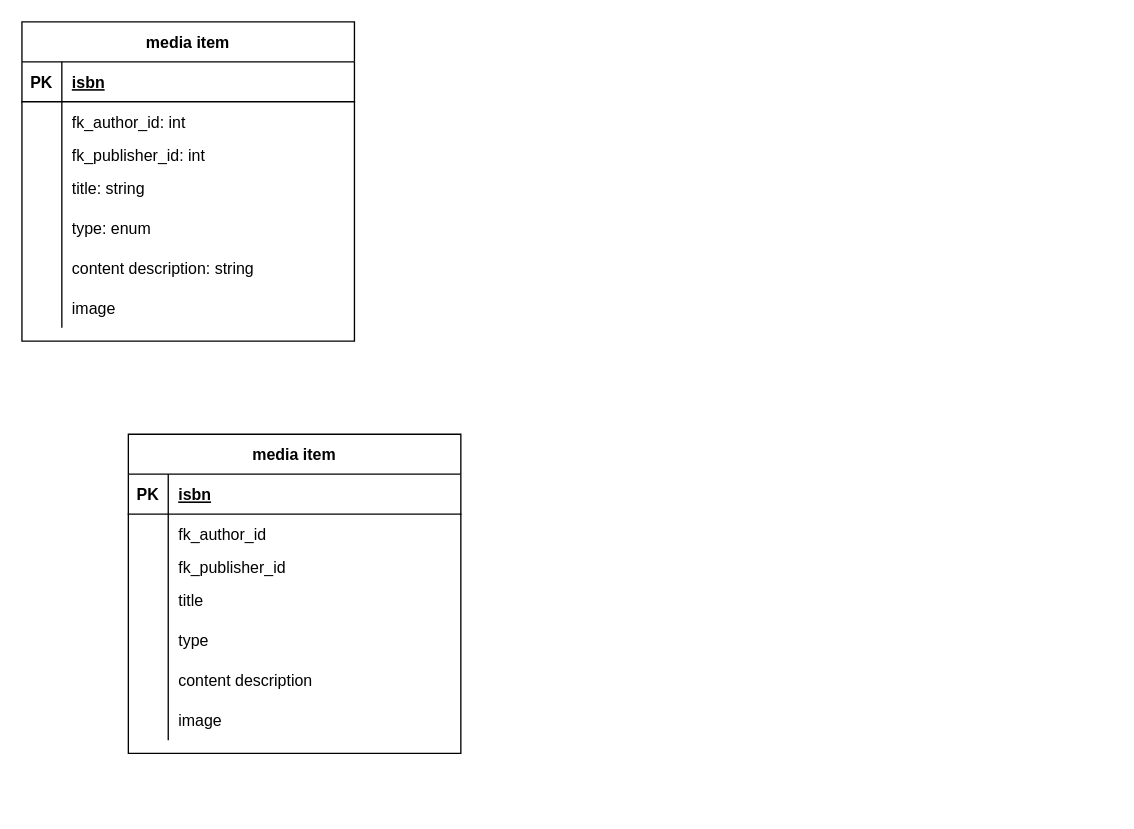
Earlier version of the draw.io diagram UML_ClassDiagram.drawio (Carina20/CFLMS-CodeReview10-Carina). Source tidied: cells renumbered, new cells numbered last; positions are measured from the earlier drawing's top-left corner, leaving out a move shared by most shapes. Both pictures are drawn from the tidied source at 133%, with x=0, y=0 at pixel (21, 21).
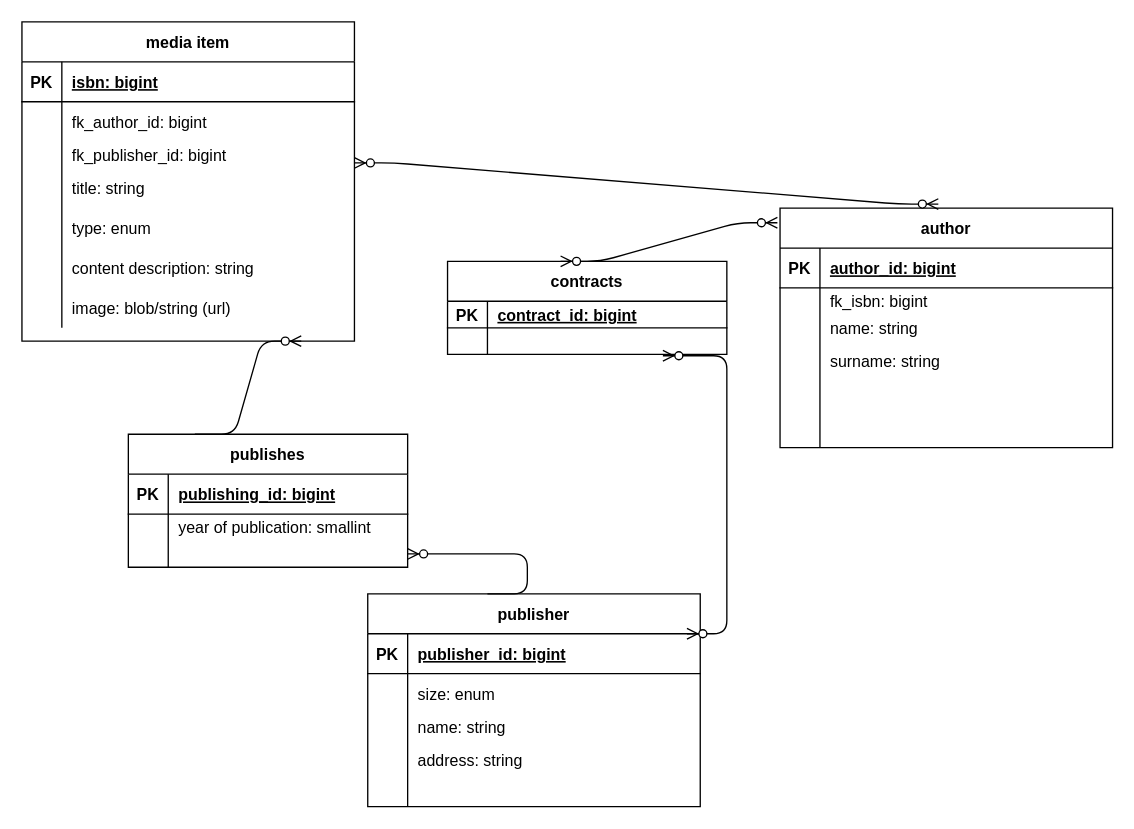
The same page after the edit.

The change refers to these unchanged cells:
```xml
<mxCell id="3" style="shape=partialRectangle;fillColor=none;top=0;left=0;right=0;bottom=1;" parent="2" vertex="1">
  <mxGeometry y="30" width="250" height="30" as="geometry" />
</mxCell>
<mxCell id="6" style="shape=partialRectangle;fillColor=none;top=0;left=0;right=0;bottom=0;" parent="2" vertex="1">
  <mxGeometry y="60" width="250" height="30" as="geometry" />
</mxCell>
<mxCell id="9" style="shape=partialRectangle;fillColor=none;top=0;left=0;right=0;bottom=0;" parent="2" vertex="1">
  <mxGeometry y="90" width="250" height="20" as="geometry" />
</mxCell>
<mxCell id="12" style="shape=partialRectangle;fillColor=none;points=[[0,0.5],[1,0.5]];portConstraint=eastwest;top=0;left=0;right=0;bottom=0;" parent="2" vertex="1">
  <mxGeometry y="110" width="250" height="30" as="geometry" />
</mxCell>
<mxCell id="21" style="shape=partialRectangle;fillColor=none;top=0;left=0;right=0;bottom=0;" parent="2" vertex="1">
  <mxGeometry y="200" width="250" height="30" as="geometry" />
</mxCell>
<mxCell id="25" style="shape=partialRectangle;fillColor=none;top=0;left=0;right=0;bottom=1;" parent="24" vertex="1">
  <mxGeometry y="30" width="250" height="30" as="geometry" />
</mxCell>
<mxCell id="28" style="shape=partialRectangle;fillColor=none;top=0;left=0;right=0;bottom=0;" parent="24" vertex="1">
  <mxGeometry y="60" width="250" height="30" as="geometry" />
</mxCell>
<mxCell id="31" style="shape=partialRectangle;fillColor=none;top=0;left=0;right=0;bottom=0;" parent="24" vertex="1">
  <mxGeometry y="90" width="250" height="20" as="geometry" />
</mxCell>
<mxCell id="34" style="shape=partialRectangle;fillColor=none;top=0;left=0;right=0;bottom=0;" parent="24" vertex="1">
  <mxGeometry y="110" width="250" height="30" as="geometry" />
</mxCell>
```

The edit, as a diff of the source:
```diff
@@
-    <mxCell id="5" value="isbn" style="shape=partialRectangle;overflow=hidden;fillColor=none;top=0;left=0;bottom=0;right=0;align=left;spacingLeft=6;fontStyle=5;" parent="3" vertex="1">
+    <mxCell id="5" value="isbn: bigint" style="shape=partialRectangle;overflow=hidden;fillColor=none;top=0;left=0;bottom=0;right=0;align=left;spacingLeft=6;fontStyle=5;" parent="3" vertex="1">
       <mxGeometry x="30" width="220" height="30" as="geometry" />
     </mxCell>
@@
-    <mxCell id="8" value="fk_author_id: int" style="shape=partialRectangle;overflow=hidden;fillColor=none;top=0;left=0;bottom=0;right=0;align=left;spacingLeft=6;" parent="6" vertex="1">
+    <mxCell id="8" value="fk_author_id: bigint" style="shape=partialRectangle;overflow=hidden;fillColor=none;top=0;left=0;bottom=0;right=0;align=left;spacingLeft=6;" parent="6" vertex="1">
       <mxGeometry x="30" width="220" height="30" as="geometry" />
     </mxCell>
@@
-    <mxCell id="11" value="fk_publisher_id: int" style="shape=partialRectangle;overflow=hidden;fillColor=none;top=0;left=0;bottom=0;right=0;align=left;spacingLeft=6;" parent="9" vertex="1">
+    <mxCell id="11" value="fk_publisher_id: bigint" style="shape=partialRectangle;overflow=hidden;fillColor=none;top=0;left=0;bottom=0;right=0;align=left;spacingLeft=6;" parent="9" vertex="1">
       <mxGeometry x="30" width="220" height="20" as="geometry" />
     </mxCell>
@@
-    <mxCell id="23" value="image" style="shape=partialRectangle;overflow=hidden;fillColor=none;top=0;left=0;bottom=0;right=0;align=left;spacingLeft=6;" parent="21" vertex="1">
+    <mxCell id="23" value="image: blob/string (url)" style="shape=partialRectangle;overflow=hidden;fillColor=none;top=0;left=0;bottom=0;right=0;align=left;spacingLeft=6;" parent="21" vertex="1">
       <mxGeometry x="30" width="220" height="30" as="geometry" />
     </mxCell>
+    <mxCell id="46" value="author" style="shape=table;startSize=30;childLayout=tableLayout;rowLines=0;fontStyle=1;align=center;" parent="1" vertex="1">
+      <mxGeometry x="570" y="140" width="250" height="180" as="geometry" />
+    </mxCell>
+    <mxCell id="47" style="shape=partialRectangle;fillColor=none;top=0;left=0;right=0;bottom=1;" parent="46" vertex="1">
+      <mxGeometry y="30" width="250" height="30" as="geometry" />
+    </mxCell>
+    <mxCell id="48" value="PK" style="shape=partialRectangle;overflow=hidden;fillColor=none;top=0;left=0;bottom=0;right=0;fontStyle=1;" parent="47" vertex="1">
+      <mxGeometry width="30" height="30" as="geometry" />
+    </mxCell>
+    <mxCell id="49" value="author_id: bigint" style="shape=partialRectangle;overflow=hidden;fillColor=none;top=0;left=0;bottom=0;right=0;align=left;spacingLeft=6;fontStyle=5;" parent="47" vertex="1">
+      <mxGeometry x="30" width="220" height="30" as="geometry" />
+    </mxCell>
+    <mxCell id="50" style="shape=partialRectangle;fillColor=none;top=0;left=0;right=0;bottom=0;" parent="46" vertex="1">
+      <mxGeometry y="60" width="250" height="20" as="geometry" />
+    </mxCell>
+    <mxCell id="51" style="shape=partialRectangle;overflow=hidden;fillColor=none;top=0;left=0;bottom=0;right=0;" parent="50" vertex="1">
+      <mxGeometry width="30" height="20" as="geometry" />
+    </mxCell>
+    <mxCell id="52" value="fk_isbn: bigint" style="shape=partialRectangle;overflow=hidden;fillColor=none;top=0;left=0;bottom=0;right=0;align=left;spacingLeft=6;" parent="50" vertex="1">
+      <mxGeometry x="30" width="220" height="20" as="geometry" />
+    </mxCell>
+    <mxCell id="53" style="shape=partialRectangle;fillColor=none;top=0;left=0;right=0;bottom=0;" parent="46" vertex="1">
+      <mxGeometry y="80" width="250" height="20" as="geometry" />
+    </mxCell>
+    <mxCell id="54" style="shape=partialRectangle;overflow=hidden;fillColor=none;top=0;left=0;bottom=0;right=0;" parent="53" vertex="1">
+      <mxGeometry width="30" height="20" as="geometry" />
+    </mxCell>
+    <mxCell id="55" value="name: string" style="shape=partialRectangle;overflow=hidden;fillColor=none;top=0;left=0;bottom=0;right=0;align=left;spacingLeft=6;" parent="53" vertex="1">
+      <mxGeometry x="30" width="220" height="20" as="geometry" />
+    </mxCell>
+    <mxCell id="56" style="shape=partialRectangle;fillColor=none;top=0;left=0;right=0;bottom=0;" parent="46" vertex="1">
+      <mxGeometry y="100" width="250" height="30" as="geometry" />
+    </mxCell>
+    <mxCell id="57" style="shape=partialRectangle;overflow=hidden;fillColor=none;top=0;left=0;bottom=0;right=0;" parent="56" vertex="1">
+      <mxGeometry width="30" height="30" as="geometry" />
+    </mxCell>
+    <mxCell id="58" value="surname: string" style="shape=partialRectangle;overflow=hidden;fillColor=none;top=0;left=0;bottom=0;right=0;align=left;spacingLeft=6;" parent="56" vertex="1">
+      <mxGeometry x="30" width="220" height="30" as="geometry" />
+    </mxCell>
+    <mxCell id="59" style="shape=partialRectangle;fillColor=none;top=0;left=0;right=0;bottom=0;" parent="46" vertex="1">
+      <mxGeometry y="130" width="250" height="30" as="geometry" />
+    </mxCell>
+    <mxCell id="60" style="shape=partialRectangle;overflow=hidden;fillColor=none;top=0;left=0;bottom=0;right=0;" parent="59" vertex="1">
+      <mxGeometry width="30" height="30" as="geometry" />
+    </mxCell>
+    <mxCell id="61" style="shape=partialRectangle;overflow=hidden;fillColor=none;top=0;left=0;bottom=0;right=0;align=left;spacingLeft=6;" parent="59" vertex="1">
+      <mxGeometry x="30" width="220" height="30" as="geometry" />
+    </mxCell>
+    <mxCell id="62" style="shape=partialRectangle;fillColor=none;top=0;left=0;right=0;bottom=0;" parent="46" vertex="1">
+      <mxGeometry y="160" width="250" height="20" as="geometry" />
+    </mxCell>
+    <mxCell id="63" style="shape=partialRectangle;overflow=hidden;fillColor=none;top=0;left=0;bottom=0;right=0;" parent="62" vertex="1">
+      <mxGeometry width="30" height="20" as="geometry" />
+    </mxCell>
+    <mxCell id="64" style="shape=partialRectangle;overflow=hidden;fillColor=none;top=0;left=0;bottom=0;right=0;align=left;spacingLeft=6;" parent="62" vertex="1">
+      <mxGeometry x="30" width="220" height="20" as="geometry" />
+    </mxCell>
+    <mxCell id="65" value="contracts" style="shape=table;startSize=30;childLayout=tableLayout;rowLines=0;fontStyle=1;align=center;" parent="1" vertex="1">
+      <mxGeometry x="320" y="180" width="210" height="70" as="geometry" />
+    </mxCell>
+    <mxCell id="66" style="shape=partialRectangle;fillColor=none;top=0;left=0;right=0;bottom=1;" parent="65" vertex="1">
+      <mxGeometry y="30" width="210" height="20" as="geometry" />
+    </mxCell>
+    <mxCell id="67" value="PK" style="shape=partialRectangle;overflow=hidden;fillColor=none;top=0;left=0;bottom=0;right=0;fontStyle=1;" parent="66" vertex="1">
+      <mxGeometry width="30" height="20" as="geometry" />
+    </mxCell>
+    <mxCell id="68" value="contract_id: bigint" style="shape=partialRectangle;overflow=hidden;fillColor=none;top=0;left=0;bottom=0;right=0;align=left;spacingLeft=6;fontStyle=5;" parent="66" vertex="1">
+      <mxGeometry x="30" width="180" height="20" as="geometry" />
+    </mxCell>
+    <mxCell id="69" style="shape=partialRectangle;fillColor=none;points=[[0,0.5],[1,0.5]];portConstraint=eastwest;top=0;left=0;right=0;bottom=0;" parent="65" vertex="1">
+      <mxGeometry y="50" width="210" height="20" as="geometry" />
+    </mxCell>
+    <mxCell id="70" style="shape=partialRectangle;overflow=hidden;fillColor=none;top=0;left=0;bottom=0;right=0;" parent="69" vertex="1">
+      <mxGeometry width="30" height="20" as="geometry" />
+    </mxCell>
+    <mxCell id="71" style="shape=partialRectangle;overflow=hidden;fillColor=none;top=0;left=0;bottom=0;right=0;align=left;spacingLeft=6;" parent="69" vertex="1">
+      <mxGeometry x="30" width="180" height="20" as="geometry" />
+    </mxCell>
+    <mxCell id="72" style="edgeStyle=entityRelationEdgeStyle;fontSize=12;html=1;endArrow=ERzeroToMany;endFill=1;" parent="1" edge="1">
+      <mxGeometry relative="1" as="geometry">
+        <mxPoint x="130" y="310" as="sourcePoint" />
+        <mxPoint x="210" y="240" as="targetPoint" />
+      </mxGeometry>
+    </mxCell>
-    <mxCell id="24" value="media item" style="shape=table;startSize=30;childLayout=tableLayout;rowLines=0;fontStyle=1;align=center;" parent="1" vertex="1">
-      <mxGeometry x="80" y="310" width="250" height="240" as="geometry" />
+    <mxCell id="24" value="publisher" style="shape=table;startSize=30;childLayout=tableLayout;rowLines=0;fontStyle=1;align=center;" parent="1" vertex="1">
+      <mxGeometry x="260" y="430" width="250" height="160" as="geometry" />
     </mxCell>
@@
-    <mxCell id="27" value="isbn" style="shape=partialRectangle;overflow=hidden;fillColor=none;top=0;left=0;bottom=0;right=0;align=left;spacingLeft=6;fontStyle=5;" parent="25" vertex="1">
+    <mxCell id="27" value="publisher_id: bigint" style="shape=partialRectangle;overflow=hidden;fillColor=none;top=0;left=0;bottom=0;right=0;align=left;spacingLeft=6;fontStyle=5;" parent="25" vertex="1">
       <mxGeometry x="30" width="220" height="30" as="geometry" />
     </mxCell>
@@
-    <mxCell id="30" value="fk_author_id" style="shape=partialRectangle;overflow=hidden;fillColor=none;top=0;left=0;bottom=0;right=0;align=left;spacingLeft=6;" parent="28" vertex="1">
+    <mxCell id="30" value="size: enum" style="shape=partialRectangle;overflow=hidden;fillColor=none;top=0;left=0;bottom=0;right=0;align=left;spacingLeft=6;" parent="28" vertex="1">
       <mxGeometry x="30" width="220" height="30" as="geometry" />
     </mxCell>
@@
-    <mxCell id="33" value="fk_publisher_id" style="shape=partialRectangle;overflow=hidden;fillColor=none;top=0;left=0;bottom=0;right=0;align=left;spacingLeft=6;" parent="31" vertex="1">
+    <mxCell id="33" value="name: string" style="shape=partialRectangle;overflow=hidden;fillColor=none;top=0;left=0;bottom=0;right=0;align=left;spacingLeft=6;" parent="31" vertex="1">
       <mxGeometry x="30" width="220" height="20" as="geometry" />
     </mxCell>
@@
-    <mxCell id="36" value="title" style="shape=partialRectangle;overflow=hidden;fillColor=none;top=0;left=0;bottom=0;right=0;align=left;spacingLeft=6;" parent="34" vertex="1">
+    <mxCell id="36" value="address: string" style="shape=partialRectangle;overflow=hidden;fillColor=none;top=0;left=0;bottom=0;right=0;align=left;spacingLeft=6;" parent="34" vertex="1">
       <mxGeometry x="30" width="220" height="30" as="geometry" />
     </mxCell>
-    <mxCell id="37" style="shape=partialRectangle;fillColor=none;top=0;left=0;right=0;bottom=0;" parent="24" vertex="1">
-      <mxGeometry y="140" width="250" height="30" as="geometry" />
-    </mxCell>
-    <mxCell id="38" style="shape=partialRectangle;overflow=hidden;fillColor=none;top=0;left=0;bottom=0;right=0;" parent="37" vertex="1">
-      <mxGeometry width="30" height="30" as="geometry" />
-    </mxCell>
-    <mxCell id="39" value="type" style="shape=partialRectangle;overflow=hidden;fillColor=none;top=0;left=0;bottom=0;right=0;align=left;spacingLeft=6;" parent="37" vertex="1">
-      <mxGeometry x="30" width="220" height="30" as="geometry" />
-    </mxCell>
     <mxCell id="40" style="shape=partialRectangle;fillColor=none;top=0;left=0;right=0;bottom=0;" parent="24" vertex="1">
-      <mxGeometry y="170" width="250" height="30" as="geometry" />
+      <mxGeometry y="140" width="250" height="20" as="geometry" />
     </mxCell>
     <mxCell id="41" style="shape=partialRectangle;overflow=hidden;fillColor=none;top=0;left=0;bottom=0;right=0;" parent="40" vertex="1">
-      <mxGeometry width="30" height="30" as="geometry" />
+      <mxGeometry width="30" height="20" as="geometry" />
     </mxCell>
-    <mxCell id="42" value="content description" style="shape=partialRectangle;overflow=hidden;fillColor=none;top=0;left=0;bottom=0;right=0;align=left;spacingLeft=6;" parent="40" vertex="1">
-      <mxGeometry x="30" width="220" height="30" as="geometry" />
+    <mxCell id="42" style="shape=partialRectangle;overflow=hidden;fillColor=none;top=0;left=0;bottom=0;right=0;align=left;spacingLeft=6;" parent="40" vertex="1">
+      <mxGeometry x="30" width="220" height="20" as="geometry" />
     </mxCell>
-    <mxCell id="43" style="shape=partialRectangle;fillColor=none;top=0;left=0;right=0;bottom=0;" parent="24" vertex="1">
-      <mxGeometry y="200" width="250" height="30" as="geometry" />
-    </mxCell>
-    <mxCell id="44" style="shape=partialRectangle;overflow=hidden;fillColor=none;top=0;left=0;bottom=0;right=0;" parent="43" vertex="1">
-      <mxGeometry width="30" height="30" as="geometry" />
-    </mxCell>
-    <mxCell id="45" value="image" style="shape=partialRectangle;overflow=hidden;fillColor=none;top=0;left=0;bottom=0;right=0;align=left;spacingLeft=6;" parent="43" vertex="1">
-      <mxGeometry x="30" width="220" height="30" as="geometry" />
-    </mxCell>
+    <mxCell id="73" value="publishes" style="shape=table;startSize=30;childLayout=tableLayout;rowLines=0;fontStyle=1;align=center;" parent="1" vertex="1">
+      <mxGeometry x="80" y="310" width="210" height="100" as="geometry" />
+    </mxCell>
+    <mxCell id="74" style="shape=partialRectangle;fillColor=none;top=0;left=0;right=0;bottom=1;" parent="73" vertex="1">
+      <mxGeometry y="30" width="210" height="30" as="geometry" />
+    </mxCell>
+    <mxCell id="75" value="PK" style="shape=partialRectangle;overflow=hidden;fillColor=none;top=0;left=0;bottom=0;right=0;fontStyle=1;" parent="74" vertex="1">
+      <mxGeometry width="30" height="30" as="geometry" />
+    </mxCell>
+    <mxCell id="76" value="publishing_id: bigint" style="shape=partialRectangle;overflow=hidden;fillColor=none;top=0;left=0;bottom=0;right=0;align=left;spacingLeft=6;fontStyle=5;" parent="74" vertex="1">
+      <mxGeometry x="30" width="180" height="30" as="geometry" />
+    </mxCell>
+    <mxCell id="77" style="shape=partialRectangle;fillColor=none;top=0;left=0;right=0;bottom=0;" parent="73" vertex="1">
+      <mxGeometry y="60" width="210" height="20" as="geometry" />
+    </mxCell>
+    <mxCell id="78" style="shape=partialRectangle;overflow=hidden;fillColor=none;top=0;left=0;bottom=0;right=0;" parent="77" vertex="1">
+      <mxGeometry width="30" height="20" as="geometry" />
+    </mxCell>
+    <mxCell id="79" value="year of publication: smallint" style="shape=partialRectangle;overflow=hidden;fillColor=none;top=0;left=0;bottom=0;right=0;align=left;spacingLeft=6;" parent="77" vertex="1">
+      <mxGeometry x="30" width="180" height="20" as="geometry" />
+    </mxCell>
+    <mxCell id="80" style="shape=partialRectangle;fillColor=none;points=[[0,0.5],[1,0.5]];portConstraint=eastwest;top=0;left=0;right=0;bottom=0;" parent="73" vertex="1">
+      <mxGeometry y="80" width="210" height="20" as="geometry" />
+    </mxCell>
+    <mxCell id="81" style="shape=partialRectangle;overflow=hidden;fillColor=none;top=0;left=0;bottom=0;right=0;" parent="80" vertex="1">
+      <mxGeometry width="30" height="20" as="geometry" />
+    </mxCell>
+    <mxCell id="82" style="shape=partialRectangle;overflow=hidden;fillColor=none;top=0;left=0;bottom=0;right=0;align=left;spacingLeft=6;" parent="80" vertex="1">
+      <mxGeometry x="30" width="180" height="20" as="geometry" />
+    </mxCell>
+    <mxCell id="83" style="edgeStyle=entityRelationEdgeStyle;fontSize=12;html=1;endArrow=ERzeroToMany;endFill=1;" parent="1" edge="1" target="80">
+      <mxGeometry relative="1" as="geometry">
+        <mxPoint x="350" y="430" as="sourcePoint" />
+      </mxGeometry>
+    </mxCell>
+    <mxCell id="84" style="edgeStyle=entityRelationEdgeStyle;fontSize=12;html=1;endArrow=ERzeroToMany;endFill=1;startArrow=ERzeroToMany;entryX=0.771;entryY=1.05;entryDx=0;entryDy=0;entryPerimeter=0;" parent="1" edge="1" target="69">
+      <mxGeometry relative="1" as="geometry">
+        <mxPoint x="500" y="460" as="sourcePoint" />
+      </mxGeometry>
+    </mxCell>
+    <mxCell id="85" style="edgeStyle=entityRelationEdgeStyle;fontSize=12;html=1;endArrow=ERzeroToMany;endFill=1;startArrow=ERzeroToMany;entryX=-0.008;entryY=0.061;entryDx=0;entryDy=0;entryPerimeter=0;" parent="1" edge="1" target="46">
+      <mxGeometry relative="1" as="geometry">
+        <mxPoint x="405" y="180" as="sourcePoint" />
+      </mxGeometry>
+    </mxCell>
+    <mxCell id="86" style="edgeStyle=entityRelationEdgeStyle;fontSize=12;html=1;endArrow=ERzeroToMany;endFill=1;startArrow=ERzeroToMany;entryX=0.476;entryY=-0.017;entryDx=0;entryDy=0;entryPerimeter=0;exitX=1;exitY=-0.133;exitDx=0;exitDy=0;exitPerimeter=0;" parent="1" edge="1" source="12" target="46">
+      <mxGeometry relative="1" as="geometry" />
+    </mxCell>
```
